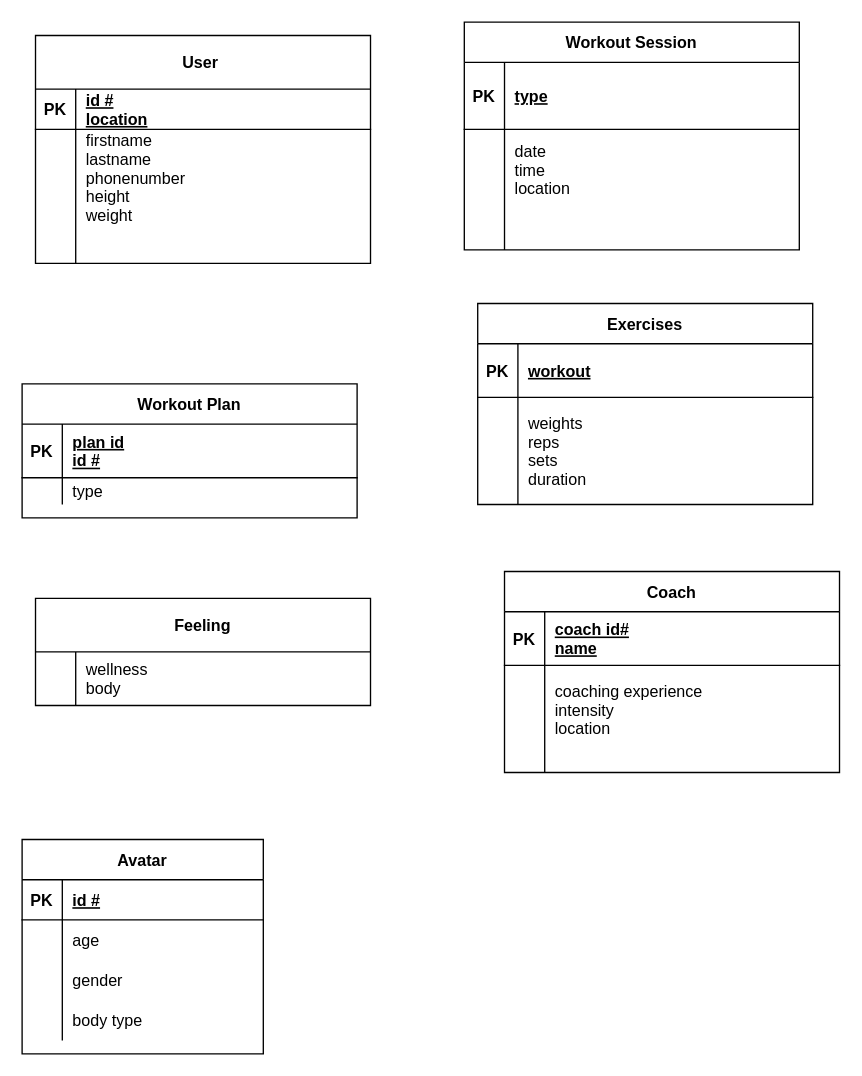
Before: Untitled Diagram.drawio in YmaniN/FitnessTracker, a draw.io diagram. Source tidied: cells renumbered, new cells numbered last; positions are measured from the earlier drawing's top-left corner, leaving out a move shared by most shapes. Both pictures are drawn from the tidied source at 134%, with x=0, y=0 at pixel (21, 21).
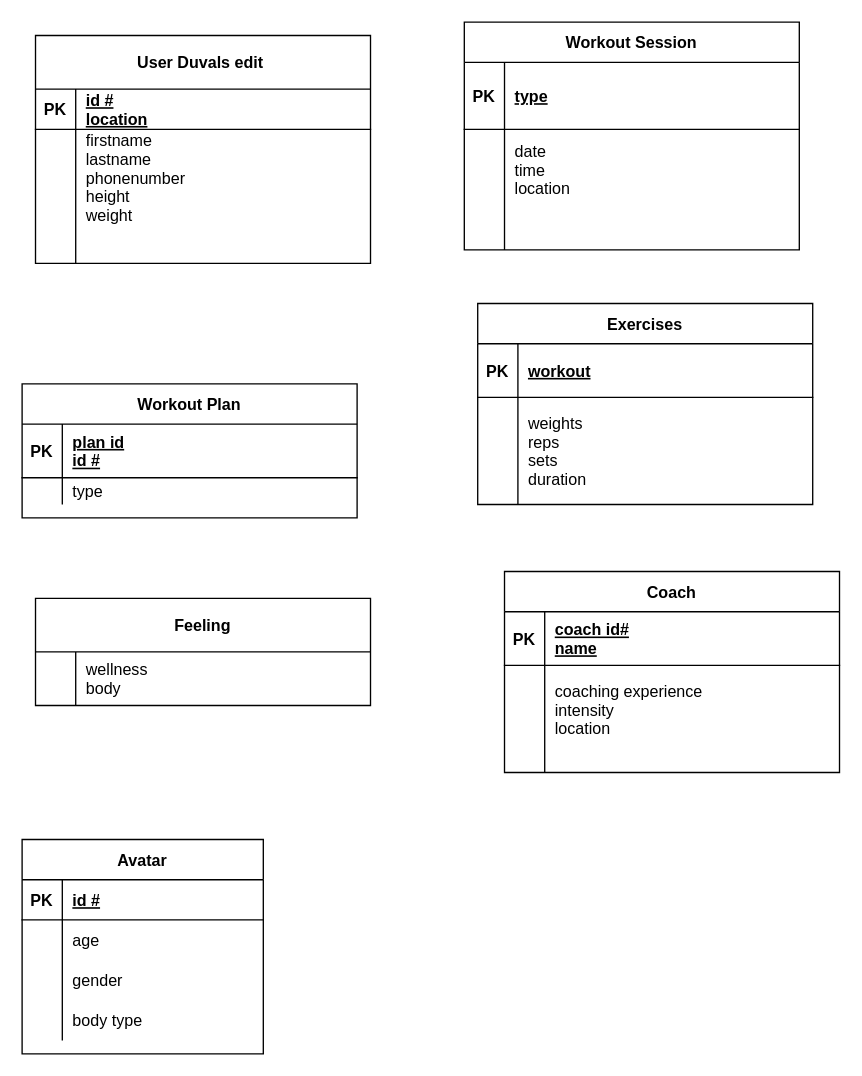
The same diagram, later.

Commit message:
fixed user name lol

Diff of the diagram source:
```diff
@@
-    <mxCell id="26" value="User " style="shape=table;startSize=40;childLayout=tableLayout;rowLines=0;fontStyle=1;align=center;" parent="1" vertex="1">
+    <mxCell id="26" value="User Duvals edit " style="shape=table;startSize=40;childLayout=tableLayout;rowLines=0;fontStyle=1;align=center;" parent="1" vertex="1">
       <mxGeometry x="10" y="10" width="250" height="170" as="geometry" />
     </mxCell>
```
